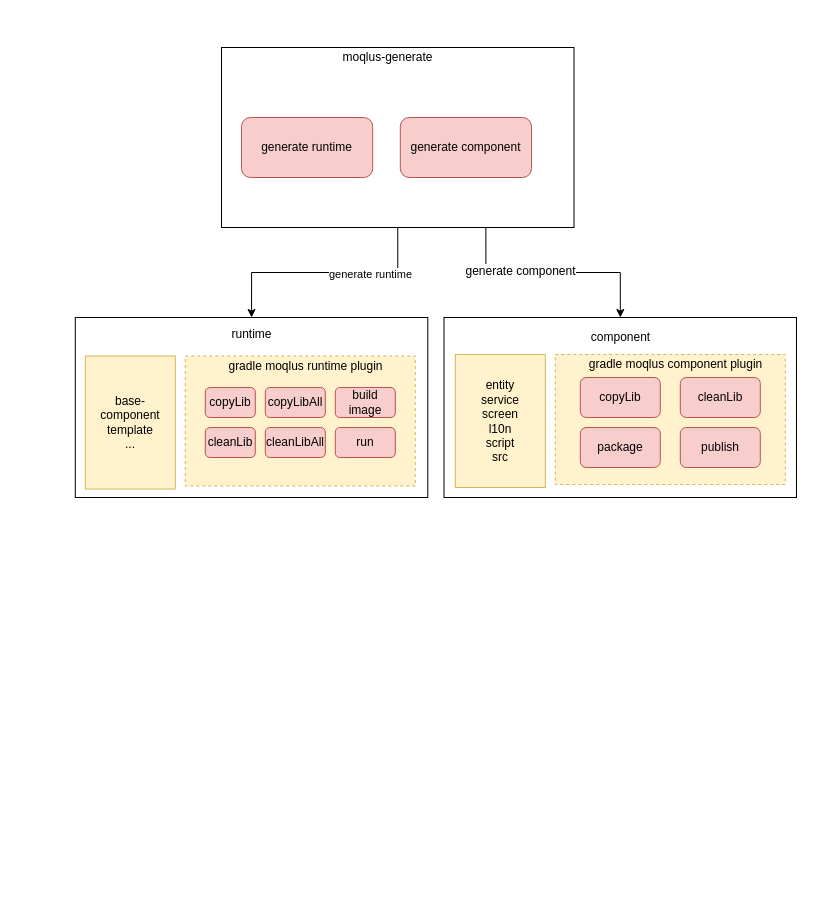
Before: yunify/moqlus_build.drawio in jiangliuhong/drawdb, a draw.io diagram. Source tidied: cells renumbered, new cells numbered last; positions are measured from the earlier drawing's top-left corner, leaving out a move shared by most shapes. Both pictures are drawn from the tidied source at 100%, with x=0, y=0 at pixel (75, 47).
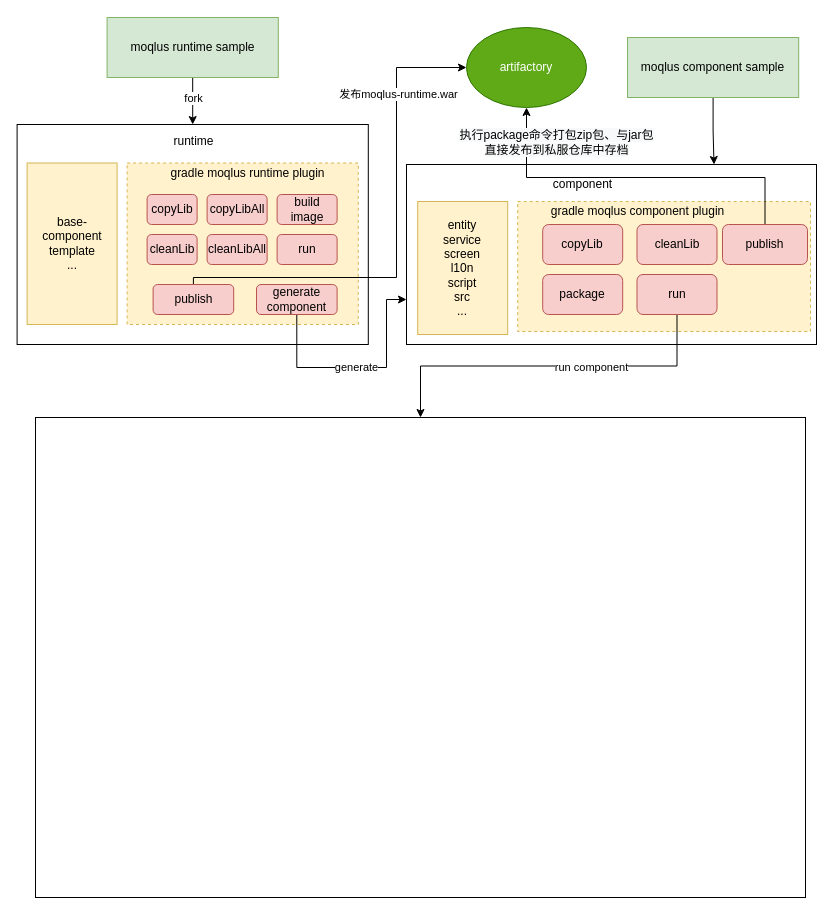
The same page after the edit.

The edit, as a diff of the source:
```diff
@@
     <mxCell id="2" style="rounded=0;whiteSpace=wrap;html=1;" parent="1" vertex="1">
-      <mxGeometry x="368.5" y="270" width="352.5" height="180" as="geometry" />
+      <mxGeometry x="331" y="117" width="410" height="180" as="geometry" />
     </mxCell>
-    <mxCell id="3" style="edgeStyle=orthogonalEdgeStyle;rounded=0;jettySize=auto;html=1;exitX=0.75;exitY=1;exitDx=0;exitDy=0;" parent="1" edge="1" source="26" target="2">
-      <mxGeometry relative="1" as="geometry" />
-    </mxCell>
-    <mxCell id="4" value="&lt;span style=&quot;font-size: 12px&quot;&gt;generate component&lt;/span&gt;" style="edgeLabel;html=1;align=center;verticalAlign=middle;" parent="3" vertex="1">
-      <mxGeometry x="-0.3" y="2" relative="1" as="geometry" />
-    </mxCell>
     <mxCell id="5" style="rounded=0;whiteSpace=wrap;html=1;dashed=1;fillColor=#fff2cc;strokeColor=#d6b656;" parent="1" vertex="1">
-      <mxGeometry x="479.8" y="307" width="230" height="130" as="geometry" />
+      <mxGeometry x="442.2" y="154" width="292.8" height="130" as="geometry" />
     </mxCell>
     <mxCell id="6" value="&lt;span style=&quot;font-family: &amp;#34;helvetica&amp;#34;&quot;&gt;component&lt;/span&gt;" style="text;html=1;align=center;verticalAlign=middle;" parent="1" vertex="1">
-      <mxGeometry x="509.8" y="280" width="70" height="20" as="geometry" />
+      <mxGeometry x="472.2" y="127" width="70" height="20" as="geometry" />
     </mxCell>
     <mxCell id="7" value="gradle moqlus component plugin" style="text;html=1;align=center;verticalAlign=middle;" parent="1" vertex="1">
-      <mxGeometry x="504.8" y="307" width="190" height="20" as="geometry" />
+      <mxGeometry x="467.2" y="154" width="190" height="20" as="geometry" />
     </mxCell>
     <mxCell id="8" value="copyLib" style="rounded=1;whiteSpace=wrap;html=1;fillColor=#f8cecc;strokeColor=#b85450;" parent="1" vertex="1">
-      <mxGeometry x="504.8" y="330" width="80" height="40" as="geometry" />
+      <mxGeometry x="467.2" y="177" width="80" height="40" as="geometry" />
     </mxCell>
     <mxCell id="9" value="cleanLib" style="rounded=1;whiteSpace=wrap;html=1;fillColor=#f8cecc;strokeColor=#b85450;" parent="1" vertex="1">
-      <mxGeometry x="604.8" y="330" width="80" height="40" as="geometry" />
+      <mxGeometry x="561.5" y="177" width="80" height="40" as="geometry" />
     </mxCell>
     <mxCell id="10" value="package" style="rounded=1;whiteSpace=wrap;html=1;fillColor=#f8cecc;strokeColor=#b85450;" parent="1" vertex="1">
-      <mxGeometry x="504.8" y="380" width="80" height="40" as="geometry" />
+      <mxGeometry x="467.2" y="227" width="80" height="40" as="geometry" />
     </mxCell>
+    <mxCell id="30" style="edgeStyle=orthogonalEdgeStyle;rounded=0;jettySize=auto;html=1;exitX=0.5;exitY=0;exitDx=0;exitDy=0;entryX=0.5;entryY=1;entryDx=0;entryDy=0;" parent="1" edge="1" source="11" target="37">
+      <mxGeometry relative="1" as="geometry">
+        <Array as="points">
+          <mxPoint x="690" y="130" />
+          <mxPoint x="451" y="130" />
+        </Array>
+      </mxGeometry>
+    </mxCell>
+    <mxCell id="31" value="&lt;span style=&quot;font-size: 12px ; text-align: left ; background-color: rgb(248 , 249 , 250)&quot;&gt;执行package命令打包zip包、与jar包&lt;br&gt;直接发布到私服仓库中存档&lt;/span&gt;" style="edgeLabel;html=1;align=center;verticalAlign=middle;" parent="30" vertex="1">
+      <mxGeometry x="0.17" y="1" relative="1" as="geometry">
+        <mxPoint x="-48" y="-37" as="offset" />
+      </mxGeometry>
+    </mxCell>
     <mxCell id="11" value="publish" style="rounded=1;whiteSpace=wrap;html=1;fillColor=#f8cecc;strokeColor=#b85450;" parent="1" vertex="1">
-      <mxGeometry x="604.8" y="380" width="80" height="40" as="geometry" />
+      <mxGeometry x="647" y="177" width="85" height="40" as="geometry" />
     </mxCell>
-    <mxCell id="12" value="entity&lt;br&gt;service&lt;br&gt;screen&lt;br&gt;l10n&lt;br&gt;script&lt;br&gt;src" style="rounded=0;whiteSpace=wrap;html=1;fillColor=#fff2cc;strokeColor=#d6b656;" parent="1" vertex="1">
-      <mxGeometry x="379.8" y="307" width="90" height="133" as="geometry" />
+    <mxCell id="12" value="entity&lt;br&gt;service&lt;br&gt;screen&lt;br&gt;l10n&lt;br&gt;script&lt;br&gt;src&lt;br&gt;..." style="rounded=0;whiteSpace=wrap;html=1;fillColor=#fff2cc;strokeColor=#d6b656;" parent="1" vertex="1">
+      <mxGeometry x="342.2" y="154" width="90" height="133" as="geometry" />
     </mxCell>
     <mxCell id="13" style="rounded=0;whiteSpace=wrap;html=1;" parent="1" vertex="1">
-      <mxGeometry x="-0.2" y="270" width="352.5" height="180" as="geometry" />
+      <mxGeometry x="-58.4" y="77" width="351.2" height="220" as="geometry" />
     </mxCell>
     <mxCell id="14" value="&lt;span style=&quot;font-family: &amp;#34;helvetica&amp;#34;&quot;&gt;runtime&lt;/span&gt;" style="text;html=1;align=center;verticalAlign=middle;" parent="1" vertex="1">
-      <mxGeometry x="146" y="277" width="60" height="20" as="geometry" />
+      <mxGeometry x="87.9" y="84" width="60" height="20" as="geometry" />
     </mxCell>
     <mxCell id="15" style="rounded=0;whiteSpace=wrap;html=1;dashed=1;fillColor=#fff2cc;strokeColor=#d6b656;" parent="1" vertex="1">
-      <mxGeometry x="109.8" y="308.5" width="230" height="130" as="geometry" />
+      <mxGeometry x="51.6" y="115.5" width="231.2" height="161.5" as="geometry" />
     </mxCell>
     <mxCell id="16" value="gradle moqlus runtime plugin" style="text;html=1;align=center;verticalAlign=middle;" parent="1" vertex="1">
-      <mxGeometry x="144.8" y="308.5" width="170" height="20" as="geometry" />
+      <mxGeometry x="86.6" y="115.5" width="170" height="20" as="geometry" />
     </mxCell>
     <mxCell id="17" value="base-component&lt;br&gt;template&lt;br&gt;..." style="rounded=0;whiteSpace=wrap;html=1;fillColor=#fff2cc;strokeColor=#d6b656;" parent="1" vertex="1">
-      <mxGeometry x="9.8" y="308.5" width="90" height="133" as="geometry" />
+      <mxGeometry x="-48.4" y="115.5" width="90" height="161.5" as="geometry" />
     </mxCell>
     <mxCell id="18" value="copyLib" style="rounded=1;whiteSpace=wrap;html=1;fillColor=#f8cecc;strokeColor=#b85450;" parent="1" vertex="1">
-      <mxGeometry x="129.8" y="340" width="50" height="30" as="geometry" />
+      <mxGeometry x="71.6" y="147" width="50" height="30" as="geometry" />
     </mxCell>
     <mxCell id="19" value="copyLibAll" style="rounded=1;whiteSpace=wrap;html=1;fillColor=#f8cecc;strokeColor=#b85450;" parent="1" vertex="1">
-      <mxGeometry x="189.8" y="340" width="60" height="30" as="geometry" />
+      <mxGeometry x="131.6" y="147" width="60" height="30" as="geometry" />
     </mxCell>
     <mxCell id="20" value="cleanLib" style="rounded=1;whiteSpace=wrap;html=1;fillColor=#f8cecc;strokeColor=#b85450;" parent="1" vertex="1">
-      <mxGeometry x="129.8" y="380" width="50" height="30" as="geometry" />
+      <mxGeometry x="71.6" y="187" width="50" height="30" as="geometry" />
     </mxCell>
     <mxCell id="21" value="cleanLibAll" style="rounded=1;whiteSpace=wrap;html=1;fillColor=#f8cecc;strokeColor=#b85450;" parent="1" vertex="1">
-      <mxGeometry x="189.8" y="380" width="60" height="30" as="geometry" />
+      <mxGeometry x="131.6" y="187" width="60" height="30" as="geometry" />
     </mxCell>
     <mxCell id="22" value="build image" style="rounded=1;whiteSpace=wrap;html=1;fillColor=#f8cecc;strokeColor=#b85450;" parent="1" vertex="1">
-      <mxGeometry x="259.8" y="340" width="60" height="30" as="geometry" />
+      <mxGeometry x="201.6" y="147" width="60" height="30" as="geometry" />
     </mxCell>
     <mxCell id="23" value="run" style="rounded=1;whiteSpace=wrap;html=1;fillColor=#f8cecc;strokeColor=#b85450;" parent="1" vertex="1">
-      <mxGeometry x="259.8" y="380" width="60" height="30" as="geometry" />
+      <mxGeometry x="201.6" y="187" width="60" height="30" as="geometry" />
     </mxCell>
-    <mxCell id="24" style="edgeStyle=orthogonalEdgeStyle;rounded=0;jettySize=auto;html=1;exitX=0.5;exitY=1;exitDx=0;exitDy=0;entryX=0.5;entryY=0;entryDx=0;entryDy=0;" parent="1" edge="1" source="26" target="13">
-      <mxGeometry relative="1" as="geometry" />
-    </mxCell>
-    <mxCell id="25" value="generate runtime" style="edgeLabel;html=1;align=center;verticalAlign=middle;" parent="24" vertex="1">
-      <mxGeometry x="-0.38" y="1" relative="1" as="geometry" />
-    </mxCell>
-    <mxCell id="26" style="rounded=0;whiteSpace=wrap;html=1;" parent="1" vertex="1">
-      <mxGeometry x="146" width="352.5" height="180" as="geometry" />
-    </mxCell>
-    <mxCell id="27" value="&lt;span style=&quot;font-family: &amp;#34;helvetica&amp;#34;&quot;&gt;moqlus-generate&lt;/span&gt;" style="text;html=1;align=center;verticalAlign=middle;" parent="1" vertex="1">
-      <mxGeometry x="257.2" width="110" height="20" as="geometry" />
-    </mxCell>
-    <mxCell id="28" value="generate runtime" style="rounded=1;whiteSpace=wrap;html=1;fillColor=#f8cecc;strokeColor=#b85450;" parent="1" vertex="1">
-      <mxGeometry x="166" y="70" width="131.2" height="60" as="geometry" />
-    </mxCell>
+    <mxCell id="32" style="edgeStyle=orthogonalEdgeStyle;rounded=0;jettySize=auto;html=1;exitX=0.5;exitY=1;exitDx=0;exitDy=0;entryX=0;entryY=0.75;entryDx=0;entryDy=0;" parent="1" edge="1" source="29" target="2">
+      <mxGeometry relative="1" as="geometry">
+        <Array as="points">
+          <mxPoint x="221" y="320" />
+          <mxPoint x="311" y="320" />
+          <mxPoint x="311" y="252" />
+        </Array>
+      </mxGeometry>
+    </mxCell>
+    <mxCell id="33" value="generate" style="edgeLabel;html=1;align=center;verticalAlign=middle;" parent="32" vertex="1">
+      <mxGeometry x="-0.18" y="1" relative="1" as="geometry">
+        <mxPoint x="17" as="offset" />
+      </mxGeometry>
+    </mxCell>
     <mxCell id="29" value="generate component" style="rounded=1;whiteSpace=wrap;html=1;fillColor=#f8cecc;strokeColor=#b85450;" parent="1" vertex="1">
-      <mxGeometry x="324.8" y="70" width="131.2" height="60" as="geometry" />
+      <mxGeometry x="181" y="237" width="80.6" height="30" as="geometry" />
     </mxCell>
+    <mxCell id="34" style="edgeStyle=orthogonalEdgeStyle;rounded=0;jettySize=auto;html=1;entryX=0.5;entryY=0;entryDx=0;entryDy=0;" parent="1" edge="1" source="36" target="13">
+      <mxGeometry relative="1" as="geometry" />
+    </mxCell>
+    <mxCell id="35" value="fork" style="edgeLabel;html=1;align=center;verticalAlign=middle;" parent="34" vertex="1">
+      <mxGeometry x="0.27" y="3" relative="1" as="geometry">
+        <mxPoint x="-3" y="-10" as="offset" />
+      </mxGeometry>
+    </mxCell>
+    <mxCell id="36" value="moqlus runtime sample" style="rounded=0;whiteSpace=wrap;html=1;fillColor=#d5e8d4;strokeColor=#82b366;" parent="1" vertex="1">
+      <mxGeometry x="31.6" y="-30" width="171.2" height="60" as="geometry" />
+    </mxCell>
+    <mxCell id="37" value="artifactory" style="ellipse;whiteSpace=wrap;html=1;strokeColor=#2D7600;fillColor=#60a917;fontColor=#ffffff;" parent="1" vertex="1">
+      <mxGeometry x="391" y="-20" width="120" height="80" as="geometry" />
+    </mxCell>
+    <mxCell id="38" style="edgeStyle=orthogonalEdgeStyle;rounded=0;jettySize=auto;html=1;" parent="1" edge="1" source="40" target="41">
+      <mxGeometry relative="1" as="geometry" />
+    </mxCell>
+    <mxCell id="39" value="run component" style="edgeLabel;html=1;align=center;verticalAlign=middle;" parent="38" vertex="1">
+      <mxGeometry x="-0.23" y="1" relative="1" as="geometry" />
+    </mxCell>
+    <mxCell id="40" value="run" style="rounded=1;whiteSpace=wrap;html=1;fillColor=#f8cecc;strokeColor=#b85450;" parent="1" vertex="1">
+      <mxGeometry x="561.5" y="227" width="80" height="40" as="geometry" />
+    </mxCell>
+    <mxCell id="41" style="rounded=0;whiteSpace=wrap;html=1;" parent="1" vertex="1">
+      <mxGeometry x="-40" y="370" width="770" height="480" as="geometry" />
+    </mxCell>
+    <mxCell id="42" style="edgeStyle=orthogonalEdgeStyle;rounded=0;jettySize=auto;html=1;exitX=0.5;exitY=1;exitDx=0;exitDy=0;entryX=0;entryY=0.5;entryDx=0;entryDy=0;" parent="1" edge="1" source="44" target="37">
+      <mxGeometry relative="1" as="geometry">
+        <Array as="points">
+          <mxPoint x="118" y="230" />
+          <mxPoint x="321" y="230" />
+          <mxPoint x="321" y="20" />
+        </Array>
+      </mxGeometry>
+    </mxCell>
+    <mxCell id="43" value="发布moqlus-runtime.war" style="edgeLabel;html=1;align=center;verticalAlign=middle;" parent="42" vertex="1">
+      <mxGeometry x="0.01" y="-1" relative="1" as="geometry">
+        <mxPoint y="-161" as="offset" />
+      </mxGeometry>
+    </mxCell>
+    <mxCell id="44" value="publish" style="rounded=1;whiteSpace=wrap;html=1;fillColor=#f8cecc;strokeColor=#b85450;" parent="1" vertex="1">
+      <mxGeometry x="77.6" y="237" width="80.6" height="30" as="geometry" />
+    </mxCell>
+    <mxCell id="45" style="edgeStyle=orthogonalEdgeStyle;rounded=0;jettySize=auto;html=1;exitX=0.5;exitY=1;exitDx=0;exitDy=0;entryX=0.75;entryY=0;entryDx=0;entryDy=0;" parent="1" edge="1" source="46" target="2">
+      <mxGeometry relative="1" as="geometry" />
+    </mxCell>
+    <mxCell id="46" value="moqlus component sample" style="rounded=0;whiteSpace=wrap;html=1;fillColor=#d5e8d4;strokeColor=#82b366;" parent="1" vertex="1">
+      <mxGeometry x="552" y="-10" width="171.2" height="60" as="geometry" />
+    </mxCell>
```
